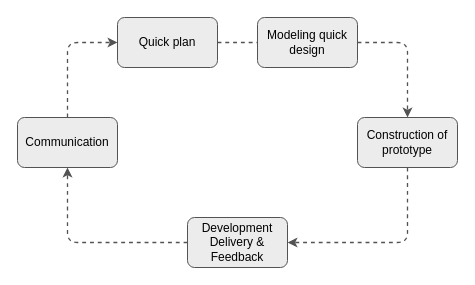
This is Prototype Flow.drawio from dans609/diagrams_net, a draw.io file, before an edit. Source tidied: cells renumbered, new cells numbered last; positions are measured from the earlier drawing's top-left corner, leaving out a move shared by most shapes. Both pictures are drawn from the tidied source at 100%, with x=0, y=0 at pixel (17, 17).
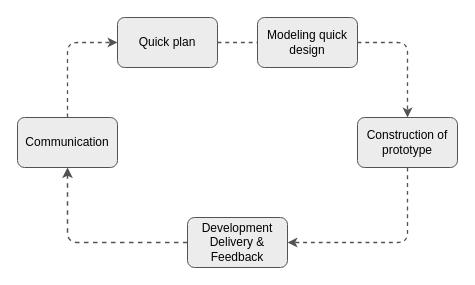
The same page after the edit.

What changed in the source:
```diff
@@
 <mxGraphModel>
   <root>
     <mxCell id="0" />
     <mxCell id="1" parent="0" />
     <mxCell id="2" style="edgeStyle=orthogonalEdgeStyle;jettySize=auto;html=1;strokeWidth=1.3;exitX=0.5;exitY=0;exitDx=0;exitDy=0;entryX=0;entryY=0.5;entryDx=0;entryDy=0;elbow=vertical;strokeColor=#535353;dashed=1;rounded=1;" parent="1" edge="1" source="3" target="5">
       <mxGeometry relative="1" as="geometry" />
     </mxCell>
     <mxCell id="3" value="Communication" style="rounded=1;whiteSpace=wrap;html=1;absoluteArcSize=1;arcSize=14;strokeWidth=1;strokeColor=#535353;fillColor=#ECECEC;fontFamily=Ubuntu;" parent="1" vertex="1">
       <mxGeometry y="100" width="100" height="50" as="geometry" />
     </mxCell>
     <mxCell id="4" style="edgeStyle=orthogonalEdgeStyle;rounded=0;jettySize=auto;html=1;entryX=0;entryY=0.5;entryDx=0;entryDy=0;endArrow=none;endFill=0;strokeWidth=1.3;strokeColor=#535353;dashed=1;" parent="1" edge="1" source="5" target="7">
       <mxGeometry relative="1" as="geometry" />
     </mxCell>
     <mxCell id="5" value="Quick plan" style="rounded=1;whiteSpace=wrap;html=1;arcSize=14;strokeWidth=1;strokeColor=#535353;fillColor=#ECECEC;" parent="1" vertex="1">
       <mxGeometry x="100" width="100" height="50" as="geometry" />
     </mxCell>
     <mxCell id="6" style="edgeStyle=orthogonalEdgeStyle;jettySize=auto;html=1;strokeWidth=1.3;strokeColor=#535353;exitX=1;exitY=0.5;exitDx=0;exitDy=0;entryX=0.5;entryY=0;entryDx=0;entryDy=0;dashed=1;rounded=1;jumpStyle=none;" parent="1" edge="1" source="7" target="9">
       <mxGeometry relative="1" as="geometry" />
     </mxCell>
     <mxCell id="7" value="Modeling quick design" style="rounded=1;whiteSpace=wrap;html=1;arcSize=14;strokeWidth=1;strokeColor=#535353;fillColor=#ECECEC;fontFamily=Ubuntu;" parent="1" vertex="1">
       <mxGeometry x="240" width="100" height="50" as="geometry" />
     </mxCell>
     <mxCell id="8" style="edgeStyle=orthogonalEdgeStyle;jettySize=auto;html=1;strokeWidth=1.3;exitX=0.5;exitY=1;exitDx=0;exitDy=0;entryX=1;entryY=0.5;entryDx=0;entryDy=0;strokeColor=#535353;dashed=1;rounded=1;jumpStyle=line;" parent="1" edge="1" source="9" target="11">
       <mxGeometry relative="1" as="geometry" />
     </mxCell>
     <mxCell id="9" value="Construction of prototype" style="rounded=1;whiteSpace=wrap;html=1;arcSize=14;strokeWidth=1;strokeColor=#535353;fillColor=#ECECEC;fontFamily=Ubuntu;" parent="1" vertex="1">
       <mxGeometry x="340" y="100" width="100" height="50" as="geometry" />
     </mxCell>
-    <mxCell id="10" style="edgeStyle=orthogonalEdgeStyle;jettySize=auto;html=1;entryX=0.5;entryY=1;entryDx=0;entryDy=0;strokeWidth=1.3;exitX=0;exitY=0.5;exitDx=0;exitDy=0;strokeColor=#535353;dashed=1;rounded=1;" parent="1" edge="1" source="11" target="3">
+    <mxCell id="10" style="edgeStyle=orthogonalEdgeStyle;jettySize=auto;html=1;entryX=0.5;entryY=1;entryDx=0;entryDy=0;strokeWidth=1.5;exitX=0;exitY=0.5;exitDx=0;exitDy=0;strokeColor=#535353;dashed=1;rounded=1;" parent="1" edge="1" source="11" target="3">
       <mxGeometry relative="1" as="geometry" />
     </mxCell>
     <mxCell id="11" value="Development Delivery &amp;amp; Feedback" style="rounded=1;whiteSpace=wrap;html=1;arcSize=14;strokeWidth=1;strokeColor=#535353;fillColor=#ECECEC;fontFamily=Ubuntu;" parent="1" vertex="1">
       <mxGeometry x="170" y="200" width="100" height="50" as="geometry" />
     </mxCell>
   </root>
 </mxGraphModel>
```
